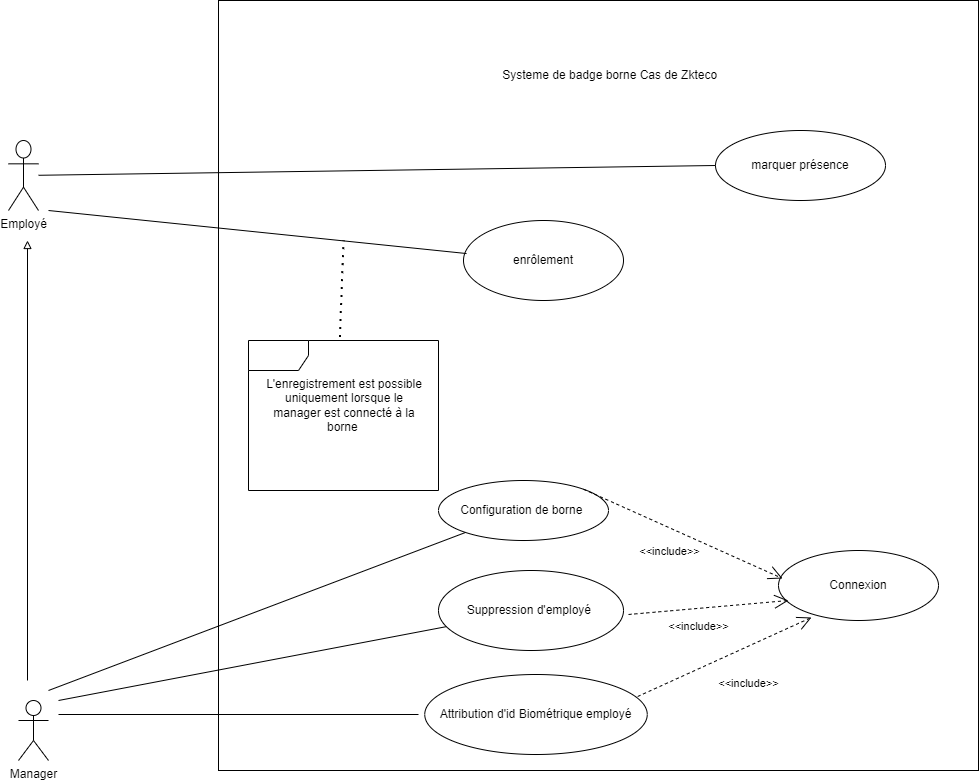
Earlier version of the draw.io export static/UsecaseZkteco.drawio.png (Siluearsene/borne_biometrique). Source tidied: cells renumbered, new cells last; positions are measured from the earlier drawing's top-left corner, leaving out a move shared by most shapes.
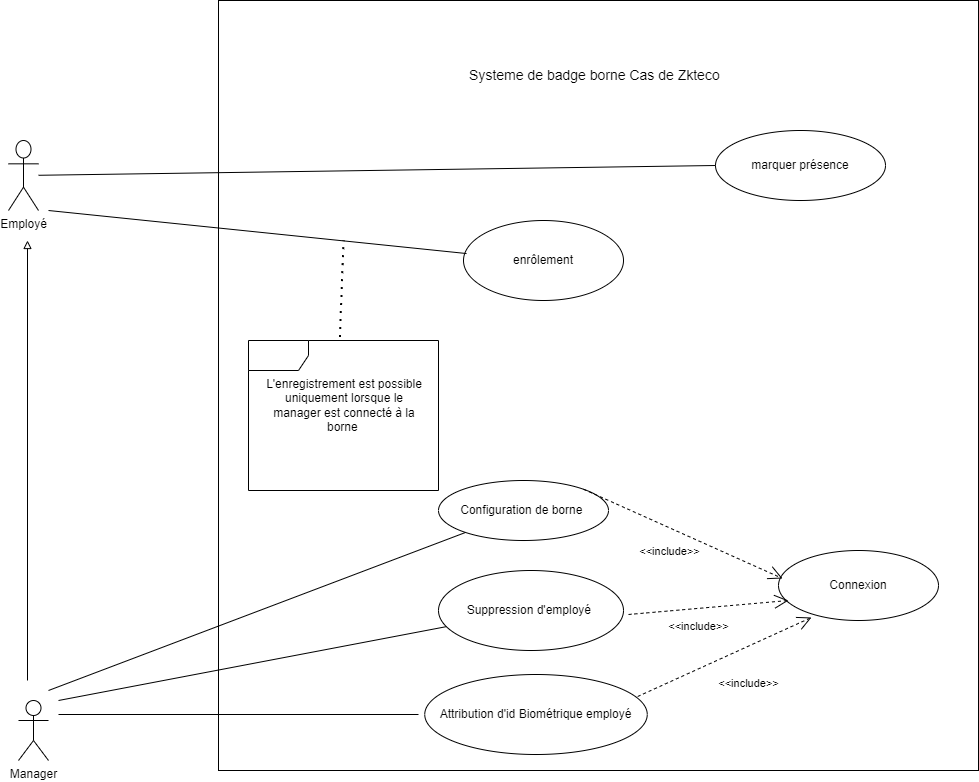
The same file after the commit.

Commit message:
Mettre à jour UsecaseZkteco.drawio.png

Change to the diagram source:
```diff
@@ -11,8 +11,8 @@
     <mxCell id="4" style="rounded=0;whiteSpace=wrap;html=1;" parent="1" vertex="1">
       <mxGeometry x="210" width="760" height="770" as="geometry" />
     </mxCell>
-    <mxCell id="5" value="Systeme de badge borne Cas de Zkteco&amp;nbsp;&amp;nbsp;" style="text;html=1;strokeColor=none;fillColor=none;align=center;verticalAlign=middle;whiteSpace=wrap;rounded=0;" parent="1" vertex="1">
-      <mxGeometry x="480" y="60" width="250" height="30" as="geometry" />
+    <mxCell id="5" value="&lt;font style=&quot;font-size: 14px;&quot;&gt;Systeme de badge borne Cas de Zkteco&amp;nbsp;&lt;/font&gt;&amp;nbsp;" style="text;html=1;strokeColor=none;fillColor=none;align=center;verticalAlign=middle;whiteSpace=wrap;rounded=0;" parent="1" vertex="1">
+      <mxGeometry x="390" y="60" width="400" height="30" as="geometry" />
     </mxCell>
     <mxCell id="6" style="endArrow=block;html=1;rounded=0;endFill=0;" parent="1" edge="1">
       <mxGeometry relative="1" as="geometry">
```
